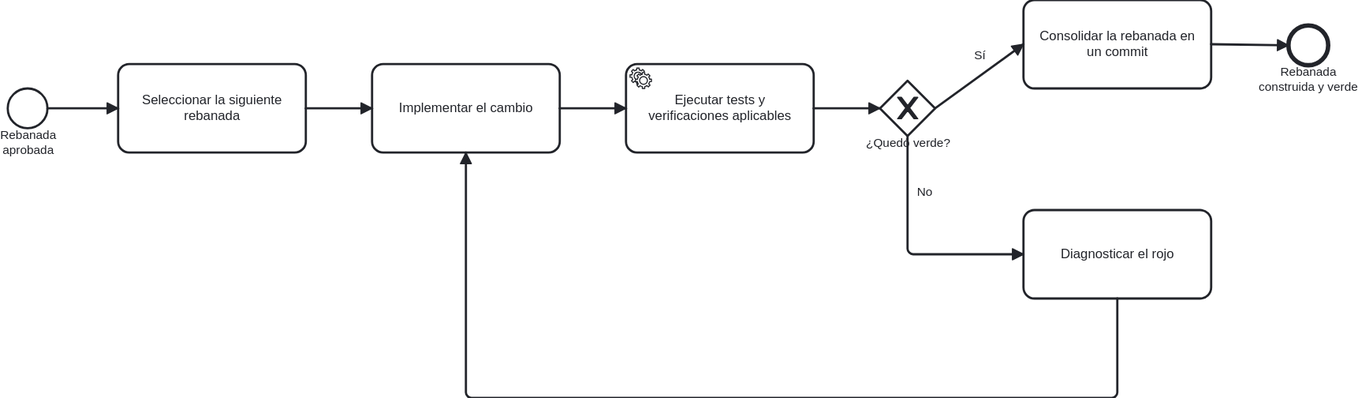
Earlier version of the BPMN export docs/atlas/render/13-construye-rebanada-as-is.svg (ArmandoMedina/jidoka). Its source is kept beside it as docs/atlas/10-ritual/13-construye-rebanada-as-is.bpmn. Ids are renumbered. Its diagram source:
```xml
<bpmn:definitions xmlns:bpmn="http://www.omg.org/spec/BPMN/20100524/MODEL" xmlns:bpmndi="http://www.omg.org/spec/BPMN/20100524/DI" xmlns:dc="http://www.omg.org/spec/DD/20100524/DC" xmlns:di="http://www.omg.org/spec/DD/20100524/DI" xmlns:xsi="http://www.w3.org/2001/XMLSchema-instance" id="Definitions_13_Construye" targetNamespace="https://github.com/ArmandoMedina/jidoka/process-atlas" exporter="OpenAI BPMN Atlas Generator" exporterVersion="0.2" xmlns:modeler="http://camunda.org/schema/modeler/1.0" modeler:executionPlatform="Camunda Platform" modeler:executionPlatformVersion="7.18.0">
  <bpmn:process id="Process_Construye" name="Construir una rebanada vertical" isExecutable="false">
    <bpmn:documentation>Fuente: kanban/lazo.md y ritual de sprint</bpmn:documentation>
    <bpmn:startEvent id="Start" name="Rebanada aprobada">
      <bpmn:outgoing>F1</bpmn:outgoing>
    </bpmn:startEvent>
    <bpmn:task id="Task_Seleccionar" name="Seleccionar la siguiente rebanada">
      <bpmn:incoming>F1</bpmn:incoming>
      <bpmn:outgoing>F2</bpmn:outgoing>
    </bpmn:task>
    <bpmn:task id="Task_Implementar" name="Implementar el cambio">
      <bpmn:incoming>F2</bpmn:incoming>
      <bpmn:outgoing>F3</bpmn:outgoing>
      <bpmn:incoming>F_Diag_Impl</bpmn:incoming>
    </bpmn:task>
    <bpmn:serviceTask id="Task_Verificar" name="Ejecutar tests y verificaciones aplicables">
      <bpmn:incoming>F3</bpmn:incoming>
      <bpmn:outgoing>F4</bpmn:outgoing>
    </bpmn:serviceTask>
    <bpmn:exclusiveGateway id="Gateway_Verde" name="¿Quedó verde?">
      <bpmn:incoming>F4</bpmn:incoming>
      <bpmn:outgoing>F_No</bpmn:outgoing>
      <bpmn:outgoing>F_Si</bpmn:outgoing>
    </bpmn:exclusiveGateway>
    <bpmn:task id="Task_Diagnosticar" name="Diagnosticar el rojo">
      <bpmn:incoming>F_No</bpmn:incoming>
      <bpmn:outgoing>F_Diag_Impl</bpmn:outgoing>
    </bpmn:task>
    <bpmn:task id="Task_Commit" name="Consolidar la rebanada en un commit">
      <bpmn:incoming>F_Si</bpmn:incoming>
      <bpmn:outgoing>F_Commit_End</bpmn:outgoing>
    </bpmn:task>
    <bpmn:endEvent id="End" name="Rebanada construida y verde">
      <bpmn:incoming>F_Commit_End</bpmn:incoming>
    </bpmn:endEvent>
    <bpmn:sequenceFlow id="F1" sourceRef="Start" targetRef="Task_Seleccionar"/>
    <bpmn:sequenceFlow id="F2" sourceRef="Task_Seleccionar" targetRef="Task_Implementar"/>
    <bpmn:sequenceFlow id="F3" sourceRef="Task_Implementar" targetRef="Task_Verificar"/>
    <bpmn:sequenceFlow id="F4" sourceRef="Task_Verificar" targetRef="Gateway_Verde"/>
    <bpmn:sequenceFlow id="F_No" sourceRef="Gateway_Verde" targetRef="Task_Diagnosticar" name="No"/>
    <bpmn:sequenceFlow id="F_Diag_Impl" sourceRef="Task_Diagnosticar" targetRef="Task_Implementar"/>
    <bpmn:sequenceFlow id="F_Si" sourceRef="Gateway_Verde" targetRef="Task_Commit" name="Sí"/>
    <bpmn:sequenceFlow id="F_Commit_End" sourceRef="Task_Commit" targetRef="End"/>
  </bpmn:process>
  <bpmndi:BPMNDiagram id="Diagram_13_Construye">
    <bpmndi:BPMNPlane id="Plane_Diagram_13_Construye" bpmnElement="Process_Construye">
      <bpmndi:BPMNShape id="Shape_Start" bpmnElement="Start">
        <dc:Bounds x="80" y="220" width="36" height="36"/>
      </bpmndi:BPMNShape>
      <bpmndi:BPMNShape id="Shape_Task_Seleccionar" bpmnElement="Task_Seleccionar">
        <dc:Bounds x="180" y="198" width="170" height="80"/>
      </bpmndi:BPMNShape>
      <bpmndi:BPMNShape id="Shape_Task_Implementar" bpmnElement="Task_Implementar">
        <dc:Bounds x="410" y="198" width="170" height="80"/>
      </bpmndi:BPMNShape>
      <bpmndi:BPMNShape id="Shape_Task_Verificar" bpmnElement="Task_Verificar">
        <dc:Bounds x="640" y="198" width="170" height="80"/>
      </bpmndi:BPMNShape>
      <bpmndi:BPMNShape id="Shape_Gateway_Verde" bpmnElement="Gateway_Verde" isMarkerVisible="true">
        <dc:Bounds x="870" y="213" width="50" height="50"/>
      </bpmndi:BPMNShape>
      <bpmndi:BPMNShape id="Shape_Task_Diagnosticar" bpmnElement="Task_Diagnosticar">
        <dc:Bounds x="1000" y="330" width="170" height="80"/>
      </bpmndi:BPMNShape>
      <bpmndi:BPMNShape id="Shape_Task_Commit" bpmnElement="Task_Commit">
        <dc:Bounds x="1000" y="140" width="170" height="80"/>
      </bpmndi:BPMNShape>
      <bpmndi:BPMNShape id="Shape_End" bpmnElement="End">
        <dc:Bounds x="1240" y="163" width="36" height="36"/>
      </bpmndi:BPMNShape>
      <bpmndi:BPMNEdge id="Edge_F1" bpmnElement="F1">
        <di:waypoint x="116" y="238"/>
        <di:waypoint x="180" y="238"/>
      </bpmndi:BPMNEdge>
      <bpmndi:BPMNEdge id="Edge_F2" bpmnElement="F2">
        <di:waypoint x="350" y="238"/>
        <di:waypoint x="410" y="238"/>
      </bpmndi:BPMNEdge>
      <bpmndi:BPMNEdge id="Edge_F3" bpmnElement="F3">
        <di:waypoint x="580" y="238"/>
        <di:waypoint x="640" y="238"/>
      </bpmndi:BPMNEdge>
      <bpmndi:BPMNEdge id="Edge_F4" bpmnElement="F4">
        <di:waypoint x="810" y="238"/>
        <di:waypoint x="870" y="238"/>
      </bpmndi:BPMNEdge>
      <bpmndi:BPMNEdge id="Edge_F_No" bpmnElement="F_No">
        <di:waypoint x="895" y="263"/>
        <di:waypoint x="895" y="370"/>
        <di:waypoint x="1000" y="370"/>
      </bpmndi:BPMNEdge>
      <bpmndi:BPMNEdge id="Edge_F_Diag_Impl" bpmnElement="F_Diag_Impl">
        <di:waypoint x="1085" y="410"/>
        <di:waypoint x="1085" y="500"/>
        <di:waypoint x="495" y="500"/>
        <di:waypoint x="495" y="278"/>
      </bpmndi:BPMNEdge>
      <bpmndi:BPMNEdge id="Edge_F_Si" bpmnElement="F_Si">
        <di:waypoint x="920" y="238"/>
        <di:waypoint x="1000" y="180"/>
      </bpmndi:BPMNEdge>
      <bpmndi:BPMNEdge id="Edge_F_Commit_End" bpmnElement="F_Commit_End">
        <di:waypoint x="1170" y="180"/>
        <di:waypoint x="1240" y="181"/>
      </bpmndi:BPMNEdge>
    </bpmndi:BPMNPlane>
  </bpmndi:BPMNDiagram>
</bpmn:definitions>
```
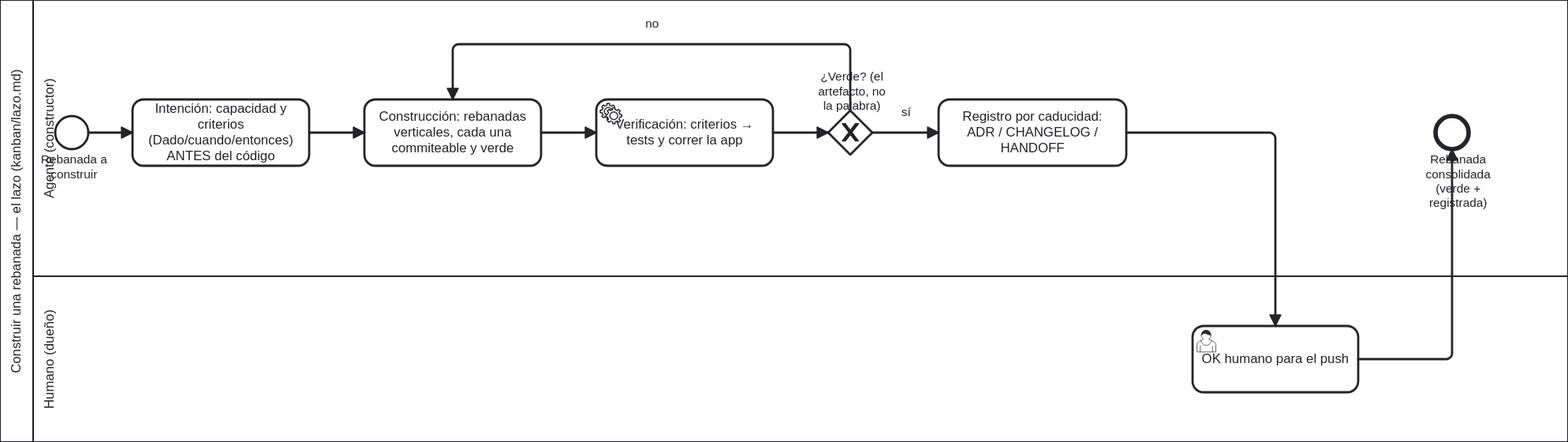
Later version of the same file.

What changed in the source:
```diff
@@ -1,107 +1,137 @@
-<bpmn:definitions xmlns:bpmn="http://www.omg.org/spec/BPMN/20100524/MODEL" xmlns:bpmndi="http://www.omg.org/spec/BPMN/20100524/DI" xmlns:dc="http://www.omg.org/spec/DD/20100524/DC" xmlns:di="http://www.omg.org/spec/DD/20100524/DI" xmlns:xsi="http://www.w3.org/2001/XMLSchema-instance" id="Definitions_13_Construye" targetNamespace="https://github.com/ArmandoMedina/jidoka/process-atlas" exporter="OpenAI BPMN Atlas Generator" exporterVersion="0.2" xmlns:modeler="http://camunda.org/schema/modeler/1.0" modeler:executionPlatform="Camunda Platform" modeler:executionPlatformVersion="7.18.0">
-  <bpmn:process id="Process_Construye" name="Construir una rebanada vertical" isExecutable="false">
-    <bpmn:documentation>Fuente: kanban/lazo.md y ritual de sprint</bpmn:documentation>
-    <bpmn:startEvent id="Start" name="Rebanada aprobada">
-      <bpmn:outgoing>F1</bpmn:outgoing>
+<bpmn:definitions xmlns:bpmn="http://www.omg.org/spec/BPMN/20100524/MODEL" xmlns:bpmndi="http://www.omg.org/spec/BPMN/20100524/DI" xmlns:dc="http://www.omg.org/spec/DD/20100524/DC" xmlns:di="http://www.omg.org/spec/DD/20100524/DI" xmlns:xsi="http://www.w3.org/2001/XMLSchema-instance" id="Definitions_13_Construye" targetNamespace="https://github.com/ArmandoMedina/jidoka/process-atlas" exporter="Jidoka Atlas" exporterVersion="0.3" xmlns:modeler="http://camunda.org/schema/modeler/1.0" modeler:executionPlatform="Camunda Platform" modeler:executionPlatformVersion="7.18.0">
+  <bpmn:collaboration id="Collab_Construye">
+    <bpmn:participant id="Pool_Construye" name="Construir una rebanada — el lazo (kanban/lazo.md)" processRef="Process_Construye"/>
+  </bpmn:collaboration>
+  <bpmn:process id="Process_Construye" name="Construir una rebanada: Intención → Construcción → Verificación → Registro" isExecutable="false">
+    <bpmn:documentation>Fuente: kanban/lazo.md y el ritual de sprint. Carriles: el Agente construye y verifica; el push espera el OK del Humano.</bpmn:documentation>
+    <bpmn:laneSet id="LaneSet_Construye">
+      <bpmn:lane id="Lane_Agente" name="Agente (constructor)">
+        <bpmn:flowNodeRef>Start</bpmn:flowNodeRef>
+        <bpmn:flowNodeRef>T_Intencion</bpmn:flowNodeRef>
+        <bpmn:flowNodeRef>T_Construir</bpmn:flowNodeRef>
+        <bpmn:flowNodeRef>T_Verificar</bpmn:flowNodeRef>
+        <bpmn:flowNodeRef>Gw_Verde</bpmn:flowNodeRef>
+        <bpmn:flowNodeRef>T_Registrar</bpmn:flowNodeRef>
+        <bpmn:flowNodeRef>End</bpmn:flowNodeRef>
+      </bpmn:lane>
+      <bpmn:lane id="Lane_Humano" name="Humano (dueño)">
+        <bpmn:flowNodeRef>U_OKPush</bpmn:flowNodeRef>
+      </bpmn:lane>
+    </bpmn:laneSet>
+    <bpmn:startEvent id="Start" name="Rebanada a construir">
+      <bpmn:outgoing>f1</bpmn:outgoing>
     </bpmn:startEvent>
-    <bpmn:task id="Task_Seleccionar" name="Seleccionar la siguiente rebanada">
-      <bpmn:incoming>F1</bpmn:incoming>
-      <bpmn:outgoing>F2</bpmn:outgoing>
+    <bpmn:task id="T_Intencion" name="Intención: capacidad y criterios (Dado/cuando/entonces) ANTES del código">
+      <bpmn:incoming>f1</bpmn:incoming>
+      <bpmn:outgoing>f2</bpmn:outgoing>
     </bpmn:task>
-    <bpmn:task id="Task_Implementar" name="Implementar el cambio">
-      <bpmn:incoming>F2</bpmn:incoming>
-      <bpmn:outgoing>F3</bpmn:outgoing>
-      <bpmn:incoming>F_Diag_Impl</bpmn:incoming>
+    <bpmn:task id="T_Construir" name="Construcción: rebanadas verticales, cada una commiteable y verde">
+      <bpmn:incoming>f2</bpmn:incoming>
+      <bpmn:incoming>f_no</bpmn:incoming>
+      <bpmn:outgoing>f3</bpmn:outgoing>
     </bpmn:task>
-    <bpmn:serviceTask id="Task_Verificar" name="Ejecutar tests y verificaciones aplicables">
-      <bpmn:incoming>F3</bpmn:incoming>
-      <bpmn:outgoing>F4</bpmn:outgoing>
+    <bpmn:serviceTask id="T_Verificar" name="Verificación: criterios → tests y correr la app">
+      <bpmn:incoming>f3</bpmn:incoming>
+      <bpmn:outgoing>f4</bpmn:outgoing>
     </bpmn:serviceTask>
-    <bpmn:exclusiveGateway id="Gateway_Verde" name="¿Quedó verde?">
-      <bpmn:incoming>F4</bpmn:incoming>
-      <bpmn:outgoing>F_No</bpmn:outgoing>
-      <bpmn:outgoing>F_Si</bpmn:outgoing>
+    <bpmn:exclusiveGateway id="Gw_Verde" name="¿Verde? (el artefacto, no la palabra)">
+      <bpmn:incoming>f4</bpmn:incoming>
+      <bpmn:outgoing>f_no</bpmn:outgoing>
+      <bpmn:outgoing>f_si</bpmn:outgoing>
     </bpmn:exclusiveGateway>
-    <bpmn:task id="Task_Diagnosticar" name="Diagnosticar el rojo">
-      <bpmn:incoming>F_No</bpmn:incoming>
-      <bpmn:outgoing>F_Diag_Impl</bpmn:outgoing>
+    <bpmn:task id="T_Registrar" name="Registro por caducidad: ADR / CHANGELOG / HANDOFF">
+      <bpmn:incoming>f_si</bpmn:incoming>
+      <bpmn:outgoing>f_reg_ok</bpmn:outgoing>
     </bpmn:task>
-    <bpmn:task id="Task_Commit" name="Consolidar la rebanada en un commit">
-      <bpmn:incoming>F_Si</bpmn:incoming>
-      <bpmn:outgoing>F_Commit_End</bpmn:outgoing>
-    </bpmn:task>
-    <bpmn:endEvent id="End" name="Rebanada construida y verde">
-      <bpmn:incoming>F_Commit_End</bpmn:incoming>
+    <bpmn:userTask id="U_OKPush" name="OK humano para el push">
+      <bpmn:incoming>f_reg_ok</bpmn:incoming>
+      <bpmn:outgoing>f_ok_end</bpmn:outgoing>
+    </bpmn:userTask>
+    <bpmn:endEvent id="End" name="Rebanada consolidada (verde + registrada)">
+      <bpmn:incoming>f_ok_end</bpmn:incoming>
     </bpmn:endEvent>
-    <bpmn:sequenceFlow id="F1" sourceRef="Start" targetRef="Task_Seleccionar"/>
-    <bpmn:sequenceFlow id="F2" sourceRef="Task_Seleccionar" targetRef="Task_Implementar"/>
-    <bpmn:sequenceFlow id="F3" sourceRef="Task_Implementar" targetRef="Task_Verificar"/>
-    <bpmn:sequenceFlow id="F4" sourceRef="Task_Verificar" targetRef="Gateway_Verde"/>
-    <bpmn:sequenceFlow id="F_No" sourceRef="Gateway_Verde" targetRef="Task_Diagnosticar" name="No"/>
-    <bpmn:sequenceFlow id="F_Diag_Impl" sourceRef="Task_Diagnosticar" targetRef="Task_Implementar"/>
-    <bpmn:sequenceFlow id="F_Si" sourceRef="Gateway_Verde" targetRef="Task_Commit" name="Sí"/>
-    <bpmn:sequenceFlow id="F_Commit_End" sourceRef="Task_Commit" targetRef="End"/>
+    <bpmn:sequenceFlow id="f1" sourceRef="Start" targetRef="T_Intencion"/>
+    <bpmn:sequenceFlow id="f2" sourceRef="T_Intencion" targetRef="T_Construir"/>
+    <bpmn:sequenceFlow id="f3" sourceRef="T_Construir" targetRef="T_Verificar"/>
+    <bpmn:sequenceFlow id="f4" sourceRef="T_Verificar" targetRef="Gw_Verde"/>
+    <bpmn:sequenceFlow id="f_no" name="no" sourceRef="Gw_Verde" targetRef="T_Construir"/>
+    <bpmn:sequenceFlow id="f_si" name="sí" sourceRef="Gw_Verde" targetRef="T_Registrar"/>
+    <bpmn:sequenceFlow id="f_reg_ok" sourceRef="T_Registrar" targetRef="U_OKPush"/>
+    <bpmn:sequenceFlow id="f_ok_end" sourceRef="U_OKPush" targetRef="End"/>
   </bpmn:process>
   <bpmndi:BPMNDiagram id="Diagram_13_Construye">
-    <bpmndi:BPMNPlane id="Plane_Diagram_13_Construye" bpmnElement="Process_Construye">
-      <bpmndi:BPMNShape id="Shape_Start" bpmnElement="Start">
-        <dc:Bounds x="80" y="220" width="36" height="36"/>
+    <bpmndi:BPMNPlane id="Plane_13_Construye" bpmnElement="Collab_Construye">
+      <bpmndi:BPMNShape id="S_Pool" bpmnElement="Pool_Construye" isHorizontal="true">
+        <dc:Bounds x="160" y="80" width="1420" height="400"/>
       </bpmndi:BPMNShape>
-      <bpmndi:BPMNShape id="Shape_Task_Seleccionar" bpmnElement="Task_Seleccionar">
-        <dc:Bounds x="180" y="198" width="170" height="80"/>
+      <bpmndi:BPMNShape id="S_LaneA" bpmnElement="Lane_Agente" isHorizontal="true">
+        <dc:Bounds x="190" y="80" width="1390" height="250"/>
       </bpmndi:BPMNShape>
-      <bpmndi:BPMNShape id="Shape_Task_Implementar" bpmnElement="Task_Implementar">
-        <dc:Bounds x="410" y="198" width="170" height="80"/>
+      <bpmndi:BPMNShape id="S_LaneH" bpmnElement="Lane_Humano" isHorizontal="true">
+        <dc:Bounds x="190" y="330" width="1390" height="150"/>
       </bpmndi:BPMNShape>
-      <bpmndi:BPMNShape id="Shape_Task_Verificar" bpmnElement="Task_Verificar">
-        <dc:Bounds x="640" y="198" width="170" height="80"/>
+      <bpmndi:BPMNShape id="S_Start" bpmnElement="Start">
+        <dc:Bounds x="210" y="185" width="30" height="30"/>
+        <bpmndi:BPMNLabel><dc:Bounds x="192" y="218" width="70" height="27"/></bpmndi:BPMNLabel>
       </bpmndi:BPMNShape>
-      <bpmndi:BPMNShape id="Shape_Gateway_Verde" bpmnElement="Gateway_Verde" isMarkerVisible="true">
-        <dc:Bounds x="870" y="213" width="50" height="50"/>
+      <bpmndi:BPMNShape id="S_TIntencion" bpmnElement="T_Intencion">
+        <dc:Bounds x="280" y="170" width="160" height="60"/>
       </bpmndi:BPMNShape>
-      <bpmndi:BPMNShape id="Shape_Task_Diagnosticar" bpmnElement="Task_Diagnosticar">
-        <dc:Bounds x="1000" y="330" width="170" height="80"/>
+      <bpmndi:BPMNShape id="S_TConstruir" bpmnElement="T_Construir">
+        <dc:Bounds x="490" y="170" width="160" height="60"/>
       </bpmndi:BPMNShape>
-      <bpmndi:BPMNShape id="Shape_Task_Commit" bpmnElement="Task_Commit">
-        <dc:Bounds x="1000" y="140" width="170" height="80"/>
+      <bpmndi:BPMNShape id="S_TVerificar" bpmnElement="T_Verificar">
+        <dc:Bounds x="700" y="170" width="160" height="60"/>
       </bpmndi:BPMNShape>
-      <bpmndi:BPMNShape id="Shape_End" bpmnElement="End">
-        <dc:Bounds x="1240" y="163" width="36" height="36"/>
+      <bpmndi:BPMNShape id="S_GwVerde" bpmnElement="Gw_Verde" isMarkerVisible="true">
+        <dc:Bounds x="910" y="180" width="40" height="40"/>
+        <bpmndi:BPMNLabel><dc:Bounds x="895" y="143" width="72" height="27"/></bpmndi:BPMNLabel>
       </bpmndi:BPMNShape>
-      <bpmndi:BPMNEdge id="Edge_F1" bpmnElement="F1">
-        <di:waypoint x="116" y="238"/>
-        <di:waypoint x="180" y="238"/>
+      <bpmndi:BPMNShape id="S_TRegistrar" bpmnElement="T_Registrar">
+        <dc:Bounds x="1010" y="170" width="170" height="60"/>
+      </bpmndi:BPMNShape>
+      <bpmndi:BPMNShape id="S_UOKPush" bpmnElement="U_OKPush">
+        <dc:Bounds x="1240" y="375" width="150" height="60"/>
+      </bpmndi:BPMNShape>
+      <bpmndi:BPMNShape id="S_End" bpmnElement="End">
+        <dc:Bounds x="1460" y="185" width="30" height="30"/>
+        <bpmndi:BPMNLabel><dc:Bounds x="1435" y="218" width="90" height="27"/></bpmndi:BPMNLabel>
+      </bpmndi:BPMNShape>
+      <bpmndi:BPMNEdge id="E_f1" bpmnElement="f1">
+        <di:waypoint x="240" y="200"/>
+        <di:waypoint x="280" y="200"/>
       </bpmndi:BPMNEdge>
-      <bpmndi:BPMNEdge id="Edge_F2" bpmnElement="F2">
-        <di:waypoint x="350" y="238"/>
-        <di:waypoint x="410" y="238"/>
+      <bpmndi:BPMNEdge id="E_f2" bpmnElement="f2">
+        <di:waypoint x="440" y="200"/>
+        <di:waypoint x="490" y="200"/>
       </bpmndi:BPMNEdge>
-      <bpmndi:BPMNEdge id="Edge_F3" bpmnElement="F3">
-        <di:waypoint x="580" y="238"/>
-        <di:waypoint x="640" y="238"/>
+      <bpmndi:BPMNEdge id="E_f3" bpmnElement="f3">
+        <di:waypoint x="650" y="200"/>
+        <di:waypoint x="700" y="200"/>
       </bpmndi:BPMNEdge>
-      <bpmndi:BPMNEdge id="Edge_F4" bpmnElement="F4">
-        <di:waypoint x="810" y="238"/>
-        <di:waypoint x="870" y="238"/>
+      <bpmndi:BPMNEdge id="E_f4" bpmnElement="f4">
+        <di:waypoint x="860" y="200"/>
+        <di:waypoint x="910" y="200"/>
       </bpmndi:BPMNEdge>
-      <bpmndi:BPMNEdge id="Edge_F_No" bpmnElement="F_No">
-        <di:waypoint x="895" y="263"/>
-        <di:waypoint x="895" y="370"/>
-        <di:waypoint x="1000" y="370"/>
+      <bpmndi:BPMNEdge id="E_f_no" bpmnElement="f_no">
+        <di:waypoint x="930" y="180"/>
+        <di:waypoint x="930" y="120"/>
+        <di:waypoint x="570" y="120"/>
+        <di:waypoint x="570" y="170"/>
       </bpmndi:BPMNEdge>
-      <bpmndi:BPMNEdge id="Edge_F_Diag_Impl" bpmnElement="F_Diag_Impl">
-        <di:waypoint x="1085" y="410"/>
-        <di:waypoint x="1085" y="500"/>
-        <di:waypoint x="495" y="500"/>
-        <di:waypoint x="495" y="278"/>
+      <bpmndi:BPMNEdge id="E_f_si" bpmnElement="f_si">
+        <di:waypoint x="950" y="200"/>
+        <di:waypoint x="1010" y="200"/>
       </bpmndi:BPMNEdge>
-      <bpmndi:BPMNEdge id="Edge_F_Si" bpmnElement="F_Si">
-        <di:waypoint x="920" y="238"/>
-        <di:waypoint x="1000" y="180"/>
+      <bpmndi:BPMNEdge id="E_f_reg_ok" bpmnElement="f_reg_ok">
+        <di:waypoint x="1180" y="200"/>
+        <di:waypoint x="1315" y="200"/>
+        <di:waypoint x="1315" y="375"/>
       </bpmndi:BPMNEdge>
-      <bpmndi:BPMNEdge id="Edge_F_Commit_End" bpmnElement="F_Commit_End">
-        <di:waypoint x="1170" y="180"/>
-        <di:waypoint x="1240" y="181"/>
+      <bpmndi:BPMNEdge id="E_f_ok_end" bpmnElement="f_ok_end">
+        <di:waypoint x="1390" y="405"/>
+        <di:waypoint x="1475" y="405"/>
+        <di:waypoint x="1475" y="215"/>
       </bpmndi:BPMNEdge>
     </bpmndi:BPMNPlane>
   </bpmndi:BPMNDiagram>
```
